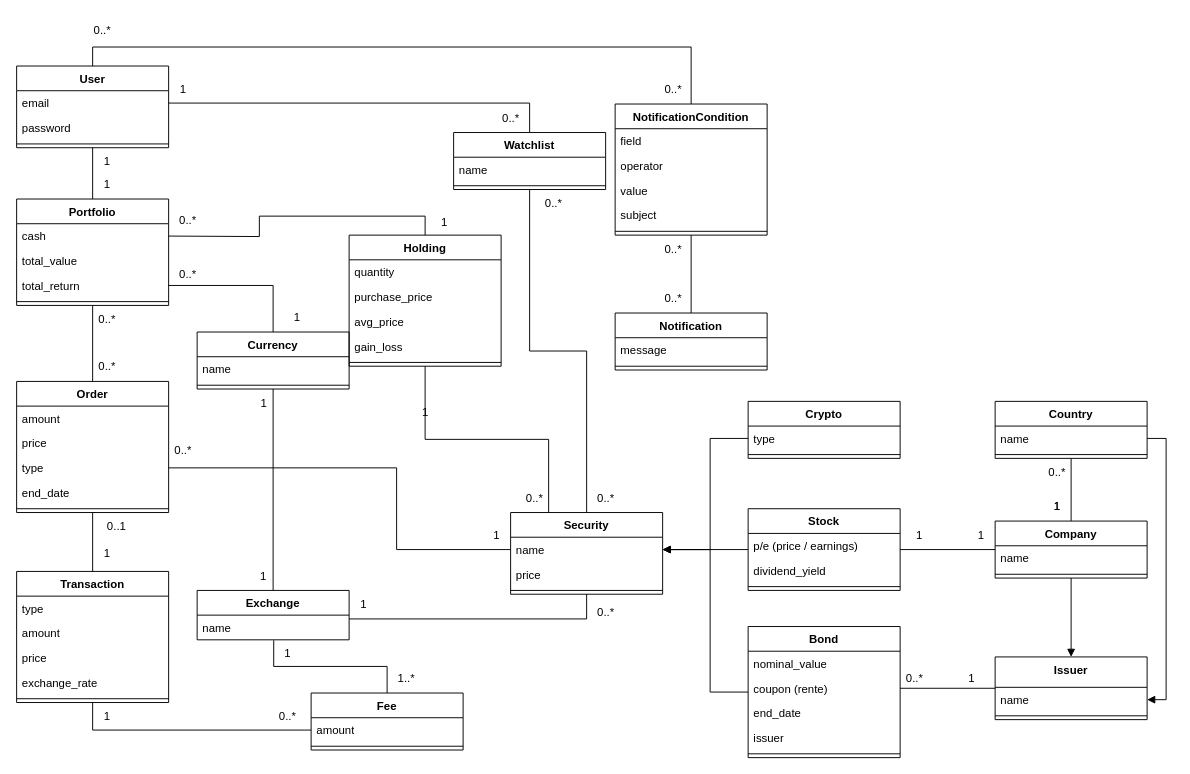
Above: documentation/domain-model.drawio in Stonks-Beleggingsplatform/stonks (draw.io), before the change. Source tidied: cells renumbered, new cells numbered last; positions are measured from the earlier drawing's top-left corner, leaving out a move shared by most shapes. Both pictures are drawn from the tidied source at 95%, with x=0, y=0 at pixel (16, 16).
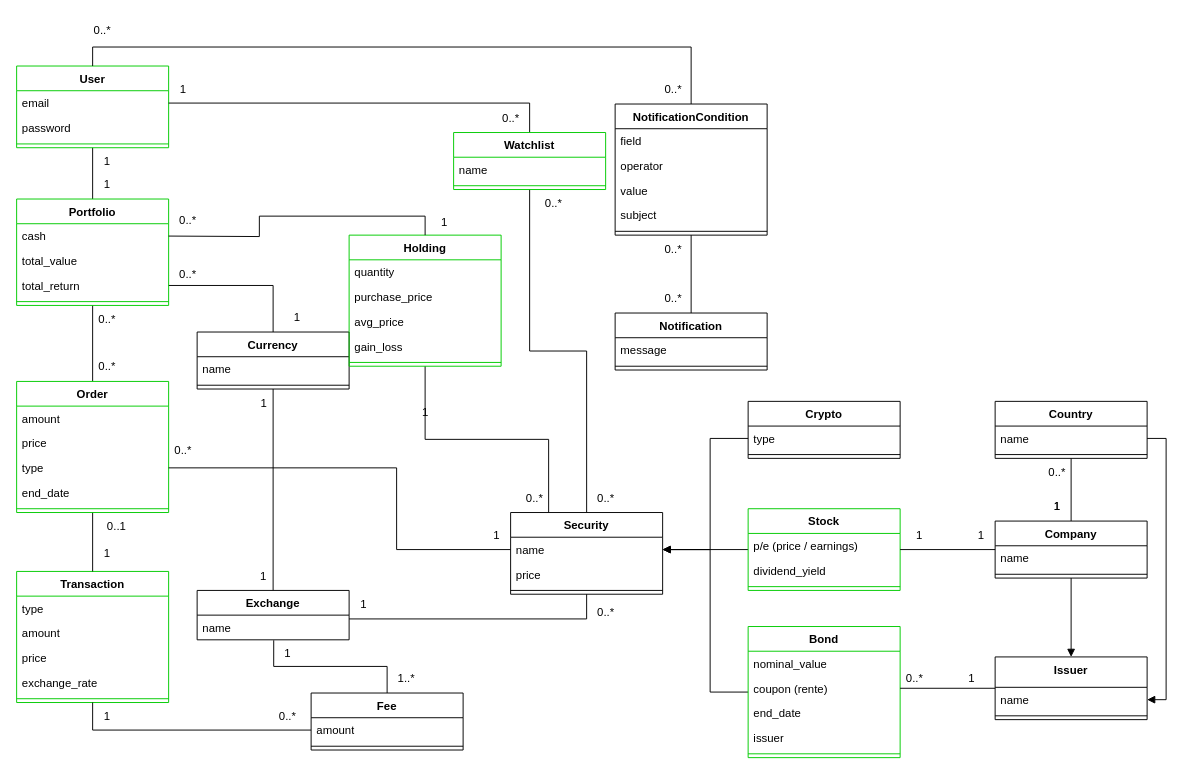
Above is the later version.

Commit message:
Mark implemnted classes green in domain model

The change refers to these unchanged cells:
```xml
<mxCell id="98" style="group;" parent="1" vertex="1">
  <mxGeometry x="460" y="92" width="160" height="120" as="geometry" />
</mxCell>
<mxCell id="105" style="group;" parent="1" vertex="1">
  <mxGeometry x="350" y="202" width="160" height="140" as="geometry" />
</mxCell>
```

Change to the diagram source:
```diff
@@
-    <mxCell id="3" value="User" style="swimlane;fontStyle=1;align=center;verticalAlign=top;horizontal=1;startSize=26;whiteSpace=wrap;html=1;" parent="1" vertex="1">
+    <mxCell id="3" value="User" style="swimlane;fontStyle=1;align=center;verticalAlign=top;horizontal=1;startSize=26;whiteSpace=wrap;html=1;strokeColor=#00CC00;" parent="1" vertex="1">
       <mxGeometry y="52" width="160" height="86" as="geometry" />
     </mxCell>
@@
-    <mxCell id="9" value="Portfolio" style="swimlane;fontStyle=1;align=center;verticalAlign=top;horizontal=1;startSize=26;whiteSpace=wrap;html=1;" parent="1" vertex="1">
+    <mxCell id="9" value="Portfolio" style="swimlane;fontStyle=1;align=center;verticalAlign=top;horizontal=1;startSize=26;whiteSpace=wrap;html=1;strokeColor=#00CC00;" parent="1" vertex="1">
       <mxGeometry y="192" width="160" height="112" as="geometry" />
     </mxCell>
@@
-    <mxCell id="14" value="Transaction" style="swimlane;fontStyle=1;align=center;verticalAlign=top;horizontal=1;startSize=26;whiteSpace=wrap;html=1;" parent="1" vertex="1">
+    <mxCell id="14" value="Transaction" style="swimlane;fontStyle=1;align=center;verticalAlign=top;horizontal=1;startSize=26;whiteSpace=wrap;html=1;strokeColor=#00CC00;" parent="1" vertex="1">
       <mxGeometry y="584" width="160" height="138" as="geometry" />
     </mxCell>
@@
-    <mxCell id="24" value="Stock" style="swimlane;fontStyle=1;align=center;verticalAlign=top;horizontal=1;startSize=26;whiteSpace=wrap;html=1;" parent="1" vertex="1">
+    <mxCell id="24" value="Stock" style="swimlane;fontStyle=1;align=center;verticalAlign=top;horizontal=1;startSize=26;whiteSpace=wrap;html=1;strokeColor=#00CC00;" parent="1" vertex="1">
       <mxGeometry x="770" y="518" width="160" height="86" as="geometry" />
     </mxCell>
@@
-    <mxCell id="30" value="Bond" style="swimlane;fontStyle=1;align=center;verticalAlign=top;horizontal=1;startSize=26;whiteSpace=wrap;html=1;" parent="1" vertex="1">
+    <mxCell id="30" value="Bond" style="swimlane;fontStyle=1;align=center;verticalAlign=top;horizontal=1;startSize=26;whiteSpace=wrap;html=1;strokeColor=#00CC00;" parent="1" vertex="1">
       <mxGeometry x="770" y="642" width="160" height="138" as="geometry" />
     </mxCell>
@@
-    <mxCell id="40" value="Order" style="swimlane;fontStyle=1;align=center;verticalAlign=top;horizontal=1;startSize=26;whiteSpace=wrap;html=1;" parent="1" vertex="1">
+    <mxCell id="40" value="Order" style="swimlane;fontStyle=1;align=center;verticalAlign=top;horizontal=1;startSize=26;whiteSpace=wrap;html=1;strokeColor=#00CC00;" parent="1" vertex="1">
       <mxGeometry y="384" width="160" height="138" as="geometry" />
     </mxCell>
@@
-    <mxCell id="99" value="Watchlist" style="swimlane;fontStyle=1;align=center;verticalAlign=top;horizontal=1;startSize=26;whiteSpace=wrap;html=1;" parent="98" vertex="1">
+    <mxCell id="99" value="Watchlist" style="swimlane;fontStyle=1;align=center;verticalAlign=top;horizontal=1;startSize=26;whiteSpace=wrap;html=1;strokeColor=#00CC00;" parent="98" vertex="1">
       <mxGeometry y="30" width="160" height="60" as="geometry" />
     </mxCell>
@@
-    <mxCell id="106" value="Holding" style="swimlane;fontStyle=1;align=center;verticalAlign=top;horizontal=1;startSize=26;whiteSpace=wrap;html=1;" parent="105" vertex="1">
+    <mxCell id="106" value="Holding" style="swimlane;fontStyle=1;align=center;verticalAlign=top;horizontal=1;startSize=26;whiteSpace=wrap;html=1;strokeColor=#00CC00;" parent="105" vertex="1">
       <mxGeometry y="28" width="160" height="138" as="geometry" />
     </mxCell>
```
